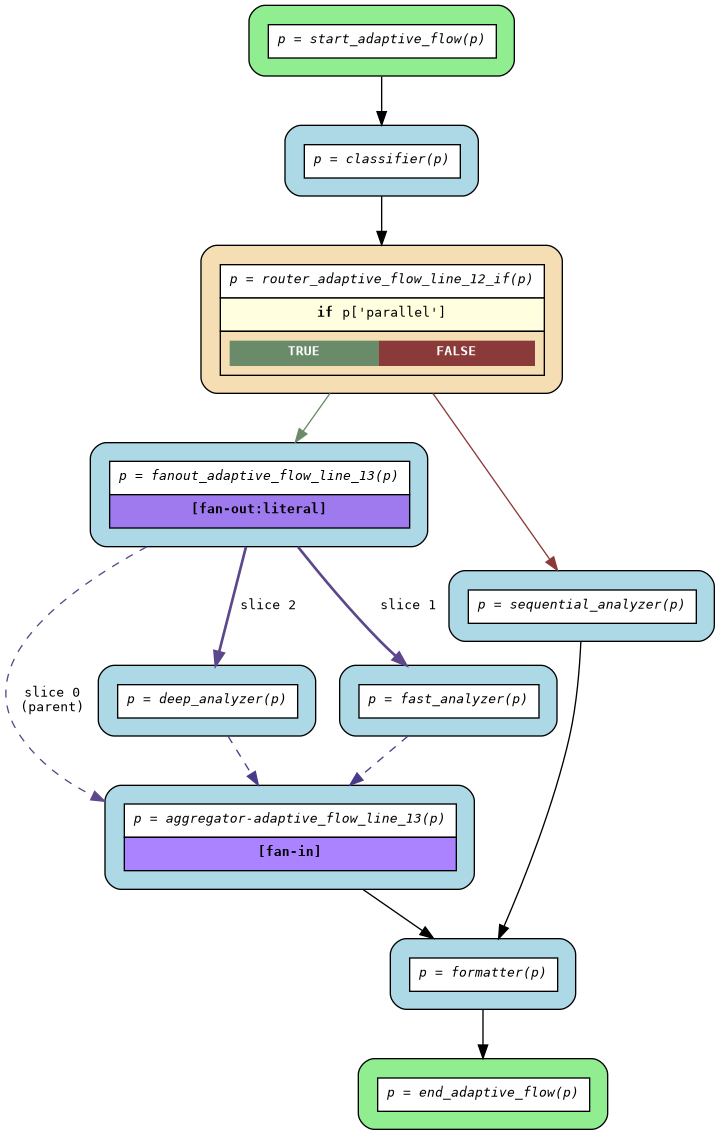
Above: examples/flows/compiled/fanout_conditional/flow.png in deliveryhero/asya (Graphviz), before the change. Its source is kept beside it as examples/flows/compiled/fanout_conditional/flow.dot.
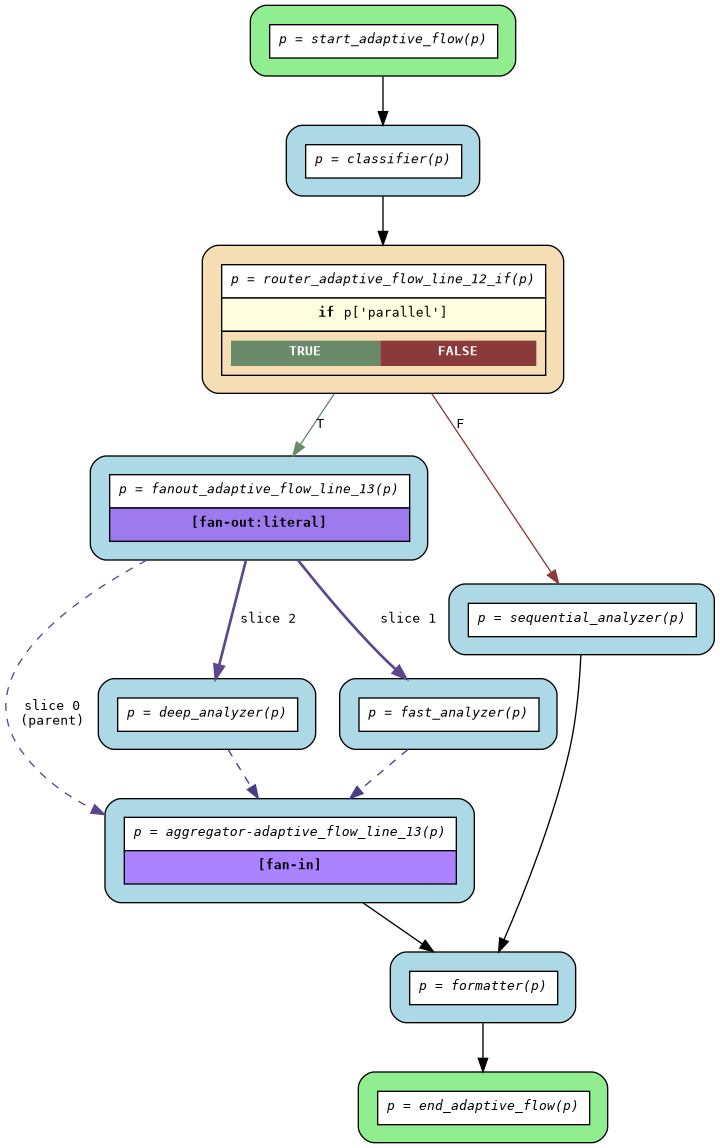
The same diagram one commit later.

The edit, as a diff of the source:
```diff
@@ -23,8 +23,8 @@
   fanout_adaptive_flow_line_13 -> fast_analyzer [color=mediumpurple4, label="slice 1", style=bold];
   fast_analyzer -> aggregator_adaptive_flow_line_13 [color=slateblue4, style=dashed];
   formatter -> end_adaptive_flow;
-  router_adaptive_flow_line_12_if -> fanout_adaptive_flow_line_13 [color=darkseagreen4];
-  router_adaptive_flow_line_12_if -> sequential_analyzer [color=indianred4];
+  router_adaptive_flow_line_12_if -> fanout_adaptive_flow_line_13 [label="T", color=darkseagreen4];
+  router_adaptive_flow_line_12_if -> sequential_analyzer [label="F", color=indianred4];
   sequential_analyzer -> formatter;
   start_adaptive_flow -> classifier;
 }
```
